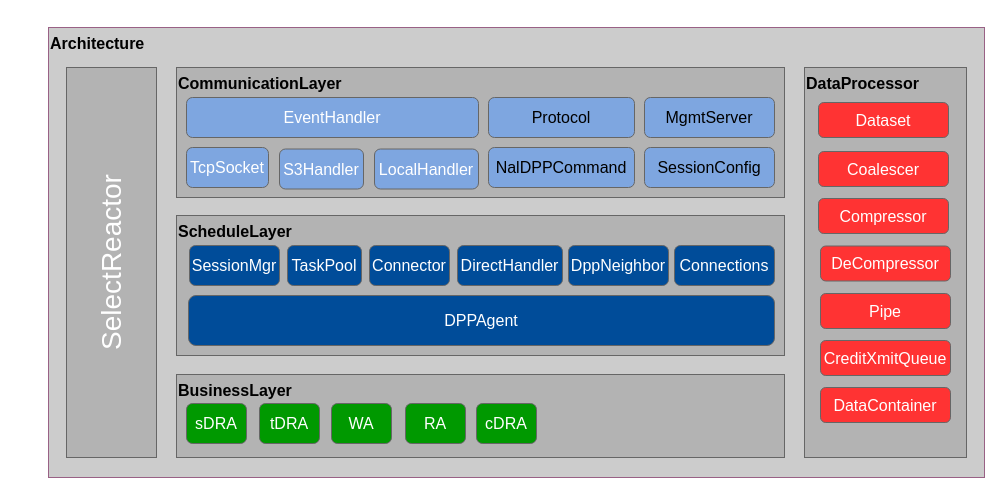
Above: diagrams/arch.drawio in shoppon/shoppon.github.io (draw.io), before the change. Source tidied: cells renumbered, new cells numbered last; positions are measured from the earlier drawing's top-left corner, leaving out a move shared by most shapes. Both pictures are drawn from the tidied source at 100%, with x=0, y=0 at pixel (48, 27).
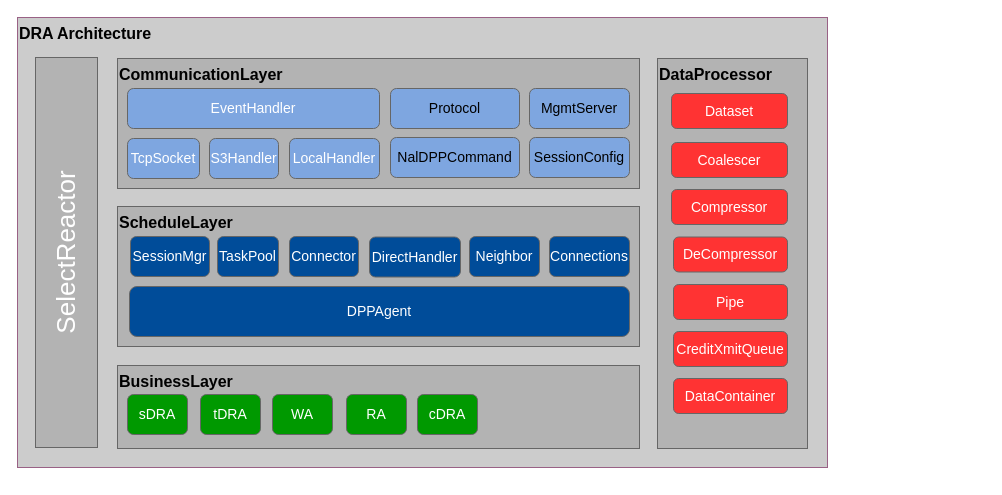
After the change.

Change to the diagram source:
```diff
@@
-    <mxCell id="2" value="&lt;div style=&quot;font-size: 16px&quot;&gt;&lt;span style=&quot;font-size: 16px&quot;&gt;&lt;b&gt;&lt;font color=&quot;#000000&quot;&gt;Architecture&lt;/font&gt;&lt;/b&gt;&lt;/span&gt;&lt;/div&gt;" style="rounded=0;whiteSpace=wrap;html=1;align=left;fillColor=#CCCCCC;strokeColor=#996185;gradientColor=none;horizontal=1;verticalAlign=top;fontSize=16;" parent="1" vertex="1">
-      <mxGeometry width="936" height="450" as="geometry" />
+    <mxCell id="2" value="&lt;div style=&quot;font-size: 16px&quot;&gt;&lt;span style=&quot;font-size: 16px&quot;&gt;&lt;b&gt;&lt;font color=&quot;#000000&quot;&gt;DRA Architecture&lt;/font&gt;&lt;/b&gt;&lt;/span&gt;&lt;/div&gt;" style="rounded=0;whiteSpace=wrap;html=1;align=left;fillColor=#CCCCCC;strokeColor=#996185;gradientColor=none;horizontal=1;verticalAlign=top;fontSize=16;" parent="1" vertex="1">
+      <mxGeometry x="-31" y="-10" width="810" height="450" as="geometry" />
     </mxCell>
-    <mxCell id="3" value="SelectReactor" style="whiteSpace=wrap;html=1;fillColor=#B3B3B3;strokeColor=#666666;gradientColor=none;horizontal=0;fontSize=28;fontColor=#FFFFFF;fontStyle=0;" parent="1" vertex="1">
-      <mxGeometry x="18" y="40" width="90" height="390" as="geometry" />
+    <mxCell id="3" value="SelectReactor" style="whiteSpace=wrap;html=1;fillColor=#B3B3B3;strokeColor=#666666;gradientColor=none;horizontal=0;fontSize=26;fontColor=#FFFFFF;fontStyle=0;" parent="1" vertex="1">
+      <mxGeometry x="-13" y="30" width="62" height="390" as="geometry" />
     </mxCell>
     <mxCell id="4" value="CommunicationLayer" style="whiteSpace=wrap;html=1;fillColor=#B3B3B3;gradientColor=none;fontSize=16;align=left;strokeColor=#666666;verticalAlign=top;fontColor=#000000;fontStyle=1;" parent="1" vertex="1">
-      <mxGeometry x="128" y="40" width="608" height="130" as="geometry" />
+      <mxGeometry x="69" y="31" width="522" height="130" as="geometry" />
     </mxCell>
     <mxCell id="5" value="ScheduleLayer" style="whiteSpace=wrap;html=1;fillColor=#B3B3B3;gradientColor=none;fontSize=16;align=left;strokeColor=#666666;verticalAlign=top;fontColor=#000000;fontStyle=1;" parent="1" vertex="1">
-      <mxGeometry x="128" y="188" width="608" height="140" as="geometry" />
+      <mxGeometry x="69" y="179" width="522" height="140" as="geometry" />
     </mxCell>
     <mxCell id="6" value="BusinessLayer" style="whiteSpace=wrap;html=1;fillColor=#B3B3B3;gradientColor=none;fontSize=16;align=left;strokeColor=#666666;fontStyle=1;verticalAlign=top;fontColor=#000000;" parent="1" vertex="1">
-      <mxGeometry x="128" y="347" width="608" height="83" as="geometry" />
+      <mxGeometry x="69" y="338" width="522" height="83" as="geometry" />
     </mxCell>
     <mxCell id="7" value="DataProcessor" style="whiteSpace=wrap;html=1;fillColor=#B3B3B3;gradientColor=none;fontSize=16;align=left;strokeColor=#666666;verticalAlign=top;fontColor=#000000;fontStyle=1;" parent="1" vertex="1">
-      <mxGeometry x="756" y="40" width="162" height="390" as="geometry" />
+      <mxGeometry x="609" y="31" width="150" height="390" as="geometry" />
     </mxCell>
-    <mxCell id="8" value="sDRA" style="rounded=1;whiteSpace=wrap;html=1;strokeColor=#666666;fillColor=#009900;gradientColor=none;fontSize=16;fontColor=#FFFFFF;align=center;labelBackgroundColor=none;" parent="1" vertex="1">
-      <mxGeometry x="138" y="376" width="60" height="40" as="geometry" />
+    <mxCell id="8" value="sDRA" style="rounded=1;whiteSpace=wrap;html=1;strokeColor=#666666;fillColor=#009900;gradientColor=none;fontSize=14;fontColor=#FFFFFF;align=center;labelBackgroundColor=none;" parent="1" vertex="1">
+      <mxGeometry x="79" y="367" width="60" height="40" as="geometry" />
     </mxCell>
-    <mxCell id="9" value="tDRA" style="rounded=1;whiteSpace=wrap;html=1;strokeColor=#666666;fillColor=#009900;gradientColor=none;fontSize=16;fontColor=#FFFFFF;align=center;labelBackgroundColor=none;" parent="1" vertex="1">
-      <mxGeometry x="211" y="376" width="60" height="40" as="geometry" />
+    <mxCell id="9" value="tDRA" style="rounded=1;whiteSpace=wrap;html=1;strokeColor=#666666;fillColor=#009900;gradientColor=none;fontSize=14;fontColor=#FFFFFF;align=center;labelBackgroundColor=none;" parent="1" vertex="1">
+      <mxGeometry x="152" y="367" width="60" height="40" as="geometry" />
     </mxCell>
-    <mxCell id="10" value="WA" style="rounded=1;whiteSpace=wrap;html=1;strokeColor=#666666;fillColor=#009900;gradientColor=none;fontSize=16;fontColor=#FFFFFF;align=center;labelBackgroundColor=none;" parent="1" vertex="1">
-      <mxGeometry x="283" y="376" width="60" height="40" as="geometry" />
+    <mxCell id="10" value="WA" style="rounded=1;whiteSpace=wrap;html=1;strokeColor=#666666;fillColor=#009900;gradientColor=none;fontSize=14;fontColor=#FFFFFF;align=center;labelBackgroundColor=none;" parent="1" vertex="1">
+      <mxGeometry x="224" y="367" width="60" height="40" as="geometry" />
     </mxCell>
-    <mxCell id="11" value="RA" style="rounded=1;whiteSpace=wrap;html=1;strokeColor=#666666;fillColor=#009900;gradientColor=none;fontSize=16;fontColor=#FFFFFF;align=center;labelBackgroundColor=none;" parent="1" vertex="1">
-      <mxGeometry x="357" y="376" width="60" height="40" as="geometry" />
+    <mxCell id="11" value="RA" style="rounded=1;whiteSpace=wrap;html=1;strokeColor=#666666;fillColor=#009900;gradientColor=none;fontSize=14;fontColor=#FFFFFF;align=center;labelBackgroundColor=none;" parent="1" vertex="1">
+      <mxGeometry x="298" y="367" width="60" height="40" as="geometry" />
     </mxCell>
-    <mxCell id="12" value="Protocol" style="rounded=1;whiteSpace=wrap;html=1;labelBackgroundColor=none;strokeColor=#666666;fillColor=#7EA6E0;gradientColor=none;fontSize=16;align=center;" parent="1" vertex="1">
-      <mxGeometry x="440" y="70" width="146" height="40" as="geometry" />
+    <mxCell id="12" value="Protocol" style="rounded=1;whiteSpace=wrap;html=1;labelBackgroundColor=none;strokeColor=#666666;fillColor=#7EA6E0;gradientColor=none;fontSize=14;align=center;" parent="1" vertex="1">
+      <mxGeometry x="342" y="61" width="129" height="40" as="geometry" />
     </mxCell>
-    <mxCell id="13" value="EventHandler" style="rounded=1;whiteSpace=wrap;html=1;labelBackgroundColor=none;strokeColor=#666666;fillColor=#7EA6E0;gradientColor=none;fontSize=16;fontColor=#FFFFFF;align=center;" parent="1" vertex="1">
-      <mxGeometry x="138" y="70" width="292" height="40" as="geometry" />
+    <mxCell id="13" value="EventHandler" style="rounded=1;whiteSpace=wrap;html=1;labelBackgroundColor=none;strokeColor=#666666;fillColor=#7EA6E0;gradientColor=none;fontSize=14;fontColor=#FFFFFF;align=center;" parent="1" vertex="1">
+      <mxGeometry x="79" y="61" width="252" height="40" as="geometry" />
     </mxCell>
-    <mxCell id="14" value="TcpSocket" style="rounded=1;whiteSpace=wrap;html=1;labelBackgroundColor=none;strokeColor=#666666;fillColor=#7EA6E0;gradientColor=none;fontSize=16;fontColor=#FFFFFF;align=center;" parent="1" vertex="1">
-      <mxGeometry x="138" y="120" width="82" height="40" as="geometry" />
+    <mxCell id="14" value="TcpSocket" style="rounded=1;whiteSpace=wrap;html=1;labelBackgroundColor=none;strokeColor=#666666;fillColor=#7EA6E0;gradientColor=none;fontSize=14;fontColor=#FFFFFF;align=center;" parent="1" vertex="1">
+      <mxGeometry x="79" y="111" width="72" height="40" as="geometry" />
     </mxCell>
-    <mxCell id="15" value="S3Handler" style="rounded=1;whiteSpace=wrap;html=1;labelBackgroundColor=none;strokeColor=#666666;fillColor=#7EA6E0;gradientColor=none;fontSize=16;fontColor=#FFFFFF;align=center;" parent="1" vertex="1">
-      <mxGeometry x="231" y="121.5" width="84" height="40" as="geometry" />
+    <mxCell id="15" value="S3Handler" style="rounded=1;whiteSpace=wrap;html=1;labelBackgroundColor=none;strokeColor=#666666;fillColor=#7EA6E0;gradientColor=none;fontSize=14;fontColor=#FFFFFF;align=center;" parent="1" vertex="1">
+      <mxGeometry x="161" y="111" width="69" height="40" as="geometry" />
     </mxCell>
-    <mxCell id="16" value="NalDPPCommand" style="rounded=1;whiteSpace=wrap;html=1;labelBackgroundColor=none;strokeColor=#666666;fillColor=#7EA6E0;gradientColor=none;fontSize=16;align=center;" parent="1" vertex="1">
-      <mxGeometry x="440" y="120" width="146" height="40" as="geometry" />
+    <mxCell id="16" value="NalDPPCommand" style="rounded=1;whiteSpace=wrap;html=1;labelBackgroundColor=none;strokeColor=#666666;fillColor=#7EA6E0;gradientColor=none;fontSize=14;align=center;" parent="1" vertex="1">
+      <mxGeometry x="342" y="110" width="129" height="40" as="geometry" />
     </mxCell>
-    <mxCell id="17" value="MgmtServer" style="rounded=1;whiteSpace=wrap;html=1;labelBackgroundColor=none;strokeColor=#666666;fillColor=#7EA6E0;gradientColor=none;fontSize=16;align=center;" parent="1" vertex="1">
-      <mxGeometry x="596" y="70" width="130" height="40" as="geometry" />
+    <mxCell id="17" value="MgmtServer" style="rounded=1;whiteSpace=wrap;html=1;labelBackgroundColor=none;strokeColor=#666666;fillColor=#7EA6E0;gradientColor=none;fontSize=14;align=center;" parent="1" vertex="1">
+      <mxGeometry x="481" y="61" width="100" height="40" as="geometry" />
     </mxCell>
-    <mxCell id="18" value="SessionConfig" style="rounded=1;whiteSpace=wrap;html=1;labelBackgroundColor=none;strokeColor=#666666;fillColor=#7EA6E0;gradientColor=none;fontSize=16;align=center;" parent="1" vertex="1">
-      <mxGeometry x="596" y="120" width="130" height="40" as="geometry" />
+    <mxCell id="18" value="SessionConfig" style="rounded=1;whiteSpace=wrap;html=1;labelBackgroundColor=none;strokeColor=#666666;fillColor=#7EA6E0;gradientColor=none;fontSize=14;align=center;" parent="1" vertex="1">
+      <mxGeometry x="481" y="110" width="100" height="40" as="geometry" />
     </mxCell>
-    <mxCell id="19" value="DPPAgent&lt;br&gt;" style="rounded=1;whiteSpace=wrap;html=1;labelBackgroundColor=none;strokeColor=#666666;fillColor=#004C99;gradientColor=none;fontSize=16;fontColor=#FFFFFF;align=center;" parent="1" vertex="1">
-      <mxGeometry x="140" y="268" width="586" height="50" as="geometry" />
+    <mxCell id="19" value="DPPAgent&lt;br style=&quot;font-size: 14px;&quot;&gt;" style="rounded=1;whiteSpace=wrap;html=1;labelBackgroundColor=none;strokeColor=#666666;fillColor=#004C99;gradientColor=none;fontSize=14;fontColor=#FFFFFF;align=center;" parent="1" vertex="1">
+      <mxGeometry x="81" y="259" width="500" height="50" as="geometry" />
     </mxCell>
-    <mxCell id="20" value="SessionMgr" style="rounded=1;whiteSpace=wrap;html=1;labelBackgroundColor=none;strokeColor=#666666;fillColor=#004C99;gradientColor=none;fontSize=16;fontColor=#FFFFFF;align=center;" parent="1" vertex="1">
-      <mxGeometry x="141" y="218" width="90" height="40" as="geometry" />
+    <mxCell id="20" value="SessionMgr" style="rounded=1;whiteSpace=wrap;html=1;labelBackgroundColor=none;strokeColor=#666666;fillColor=#004C99;gradientColor=none;fontSize=14;fontColor=#FFFFFF;align=center;" parent="1" vertex="1">
+      <mxGeometry x="82" y="209" width="79" height="40" as="geometry" />
     </mxCell>
-    <mxCell id="21" value="TaskPool" style="rounded=1;whiteSpace=wrap;html=1;labelBackgroundColor=none;strokeColor=#666666;fillColor=#004C99;gradientColor=none;fontSize=16;fontColor=#FFFFFF;align=center;" parent="1" vertex="1">
-      <mxGeometry x="239" y="218" width="74" height="40" as="geometry" />
+    <mxCell id="21" value="TaskPool" style="rounded=1;whiteSpace=wrap;html=1;labelBackgroundColor=none;strokeColor=#666666;fillColor=#004C99;gradientColor=none;fontSize=14;fontColor=#FFFFFF;align=center;" parent="1" vertex="1">
+      <mxGeometry x="169" y="209" width="61" height="40" as="geometry" />
     </mxCell>
-    <mxCell id="22" value="Connector" style="rounded=1;whiteSpace=wrap;html=1;labelBackgroundColor=none;strokeColor=#666666;fillColor=#004C99;gradientColor=none;fontSize=16;fontColor=#FFFFFF;align=center;" parent="1" vertex="1">
-      <mxGeometry x="321" y="218" width="80" height="40" as="geometry" />
+    <mxCell id="22" value="Connector" style="rounded=1;whiteSpace=wrap;html=1;labelBackgroundColor=none;strokeColor=#666666;fillColor=#004C99;gradientColor=none;fontSize=14;fontColor=#FFFFFF;align=center;" parent="1" vertex="1">
+      <mxGeometry x="241" y="209" width="69" height="40" as="geometry" />
     </mxCell>
-    <mxCell id="23" value="DirectHandler" style="rounded=1;whiteSpace=wrap;html=1;labelBackgroundColor=none;strokeColor=#666666;fillColor=#004C99;gradientColor=none;fontSize=16;fontColor=#FFFFFF;align=center;" parent="1" vertex="1">
-      <mxGeometry x="409" y="218" width="105" height="40" as="geometry" />
+    <mxCell id="23" value="DirectHandler" style="rounded=1;whiteSpace=wrap;html=1;labelBackgroundColor=none;strokeColor=#666666;fillColor=#004C99;gradientColor=none;fontSize=14;fontColor=#FFFFFF;align=center;" parent="1" vertex="1">
+      <mxGeometry x="321" y="209.5" width="91" height="40" as="geometry" />
     </mxCell>
-    <mxCell id="24" value="DppNeighbor" style="rounded=1;whiteSpace=wrap;html=1;labelBackgroundColor=none;strokeColor=#666666;fillColor=#004C99;gradientColor=none;fontSize=16;fontColor=#FFFFFF;align=center;" parent="1" vertex="1">
-      <mxGeometry x="520" y="218" width="100" height="40" as="geometry" />
+    <mxCell id="24" value="Neighbor" style="rounded=1;whiteSpace=wrap;html=1;labelBackgroundColor=none;strokeColor=#666666;fillColor=#004C99;gradientColor=none;fontSize=14;fontColor=#FFFFFF;align=center;" parent="1" vertex="1">
+      <mxGeometry x="421" y="209" width="70" height="40" as="geometry" />
     </mxCell>
-    <mxCell id="25" value="Connections" style="rounded=1;whiteSpace=wrap;html=1;labelBackgroundColor=none;strokeColor=#666666;fillColor=#004C99;gradientColor=none;fontSize=16;fontColor=#FFFFFF;align=center;" parent="1" vertex="1">
-      <mxGeometry x="626" y="218" width="100" height="40" as="geometry" />
+    <mxCell id="25" value="Connections" style="rounded=1;whiteSpace=wrap;html=1;labelBackgroundColor=none;strokeColor=#666666;fillColor=#004C99;gradientColor=none;fontSize=14;fontColor=#FFFFFF;align=center;" parent="1" vertex="1">
+      <mxGeometry x="501" y="209" width="80" height="40" as="geometry" />
     </mxCell>
-    <mxCell id="26" value="cDRA" style="rounded=1;whiteSpace=wrap;html=1;strokeColor=#666666;fillColor=#009900;gradientColor=none;fontSize=16;fontColor=#FFFFFF;align=center;labelBackgroundColor=none;" parent="1" vertex="1">
-      <mxGeometry x="428" y="376" width="60" height="40" as="geometry" />
+    <mxCell id="26" value="cDRA" style="rounded=1;whiteSpace=wrap;html=1;strokeColor=#666666;fillColor=#009900;gradientColor=none;fontSize=14;fontColor=#FFFFFF;align=center;labelBackgroundColor=none;" parent="1" vertex="1">
+      <mxGeometry x="369" y="367" width="60" height="40" as="geometry" />
     </mxCell>
-    <mxCell id="27" value="Dataset" style="rounded=1;whiteSpace=wrap;html=1;labelBackgroundColor=none;strokeColor=#666666;fillColor=#FF3333;gradientColor=none;fontSize=16;fontColor=#FFFFFF;align=center;" parent="1" vertex="1">
-      <mxGeometry x="770" y="75" width="130" height="35" as="geometry" />
+    <mxCell id="27" value="Dataset" style="rounded=1;whiteSpace=wrap;html=1;labelBackgroundColor=none;strokeColor=#666666;fillColor=#FF3333;gradientColor=none;fontSize=14;fontColor=#FFFFFF;align=center;" parent="1" vertex="1">
+      <mxGeometry x="623" y="66" width="116" height="35" as="geometry" />
     </mxCell>
-    <mxCell id="28" value="Coalescer" style="rounded=1;whiteSpace=wrap;html=1;labelBackgroundColor=none;strokeColor=#666666;fillColor=#FF3333;gradientColor=none;fontSize=16;fontColor=#FFFFFF;align=center;" parent="1" vertex="1">
-      <mxGeometry x="770" y="124" width="130" height="35" as="geometry" />
+    <mxCell id="28" value="Coalescer" style="rounded=1;whiteSpace=wrap;html=1;labelBackgroundColor=none;strokeColor=#666666;fillColor=#FF3333;gradientColor=none;fontSize=14;fontColor=#FFFFFF;align=center;" parent="1" vertex="1">
+      <mxGeometry x="623" y="115" width="116" height="35" as="geometry" />
     </mxCell>
-    <mxCell id="29" value="Compressor" style="rounded=1;whiteSpace=wrap;html=1;labelBackgroundColor=none;strokeColor=#666666;fillColor=#FF3333;gradientColor=none;fontSize=16;fontColor=#FFFFFF;align=center;" parent="1" vertex="1">
-      <mxGeometry x="770" y="171" width="130" height="35" as="geometry" />
+    <mxCell id="29" value="Compressor" style="rounded=1;whiteSpace=wrap;html=1;labelBackgroundColor=none;strokeColor=#666666;fillColor=#FF3333;gradientColor=none;fontSize=14;fontColor=#FFFFFF;align=center;" parent="1" vertex="1">
+      <mxGeometry x="623" y="162" width="116" height="35" as="geometry" />
     </mxCell>
-    <mxCell id="30" value="DeCompressor" style="rounded=1;whiteSpace=wrap;html=1;labelBackgroundColor=none;strokeColor=#666666;fillColor=#FF3333;gradientColor=none;fontSize=16;fontColor=#FFFFFF;align=center;" parent="1" vertex="1">
-      <mxGeometry x="772" y="218.5" width="130" height="35" as="geometry" />
+    <mxCell id="30" value="DeCompressor" style="rounded=1;whiteSpace=wrap;html=1;labelBackgroundColor=none;strokeColor=#666666;fillColor=#FF3333;gradientColor=none;fontSize=14;fontColor=#FFFFFF;align=center;" parent="1" vertex="1">
+      <mxGeometry x="625" y="209.5" width="114" height="35" as="geometry" />
     </mxCell>
-    <mxCell id="31" value="Pipe" style="rounded=1;whiteSpace=wrap;html=1;labelBackgroundColor=none;strokeColor=#666666;fillColor=#FF3333;gradientColor=none;fontSize=16;fontColor=#FFFFFF;align=center;" parent="1" vertex="1">
-      <mxGeometry x="772" y="266" width="130" height="35" as="geometry" />
+    <mxCell id="31" value="Pipe" style="rounded=1;whiteSpace=wrap;html=1;labelBackgroundColor=none;strokeColor=#666666;fillColor=#FF3333;gradientColor=none;fontSize=14;fontColor=#FFFFFF;align=center;" parent="1" vertex="1">
+      <mxGeometry x="625" y="257" width="114" height="35" as="geometry" />
     </mxCell>
-    <mxCell id="32" value="CreditXmitQueue" style="rounded=1;whiteSpace=wrap;html=1;labelBackgroundColor=none;strokeColor=#666666;fillColor=#FF3333;gradientColor=none;fontSize=16;fontColor=#FFFFFF;align=center;" parent="1" vertex="1">
-      <mxGeometry x="772" y="313" width="130" height="35" as="geometry" />
+    <mxCell id="32" value="CreditXmitQueue" style="rounded=1;whiteSpace=wrap;html=1;labelBackgroundColor=none;strokeColor=#666666;fillColor=#FF3333;gradientColor=none;fontSize=14;fontColor=#FFFFFF;align=center;" parent="1" vertex="1">
+      <mxGeometry x="625" y="304" width="114" height="35" as="geometry" />
     </mxCell>
-    <mxCell id="33" value="DataContainer" style="rounded=1;whiteSpace=wrap;html=1;labelBackgroundColor=none;strokeColor=#666666;fillColor=#FF3333;gradientColor=none;fontSize=16;fontColor=#FFFFFF;align=center;" parent="1" vertex="1">
-      <mxGeometry x="772" y="360" width="130" height="35" as="geometry" />
+    <mxCell id="33" value="DataContainer" style="rounded=1;whiteSpace=wrap;html=1;labelBackgroundColor=none;strokeColor=#666666;fillColor=#FF3333;gradientColor=none;fontSize=14;fontColor=#FFFFFF;align=center;" parent="1" vertex="1">
+      <mxGeometry x="625" y="351" width="114" height="35" as="geometry" />
     </mxCell>
-    <mxCell id="34" value="LocalHandler" style="rounded=1;whiteSpace=wrap;html=1;labelBackgroundColor=none;strokeColor=#666666;fillColor=#7EA6E0;gradientColor=none;fontSize=16;fontColor=#FFFFFF;align=center;" parent="1" vertex="1">
-      <mxGeometry x="326" y="121.5" width="104" height="40" as="geometry" />
+    <mxCell id="34" value="LocalHandler" style="rounded=1;whiteSpace=wrap;html=1;labelBackgroundColor=none;strokeColor=#666666;fillColor=#7EA6E0;gradientColor=none;fontSize=14;fontColor=#FFFFFF;align=center;" parent="1" vertex="1">
+      <mxGeometry x="241" y="111" width="90" height="40" as="geometry" />
     </mxCell>
```
